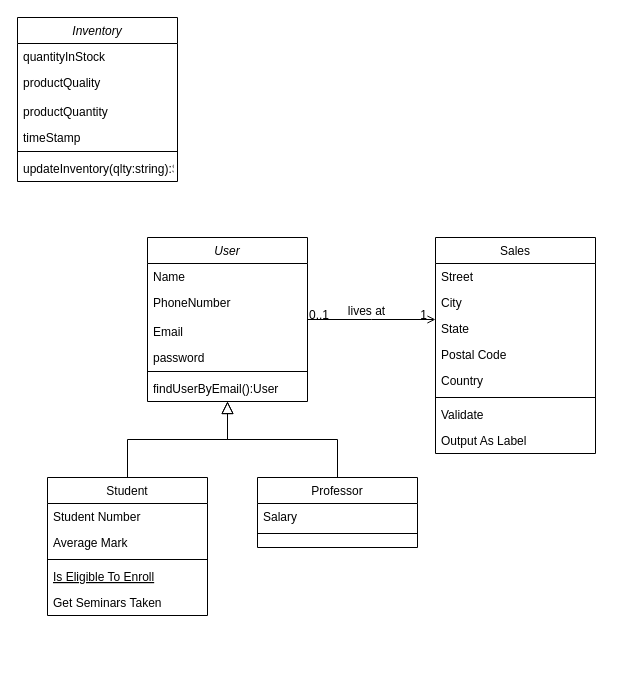
This is src/main/resources/gold_mining classDiagram.drawio from IgiranezaMichel/gold-mining-app-backend, a draw.io file, before an edit. Source tidied: cells renumbered, new cells numbered last; positions are measured from the earlier drawing's top-left corner, leaving out a move shared by most shapes. Both pictures are drawn from the tidied source at 100%, with x=0, y=0 at pixel (17, 17).
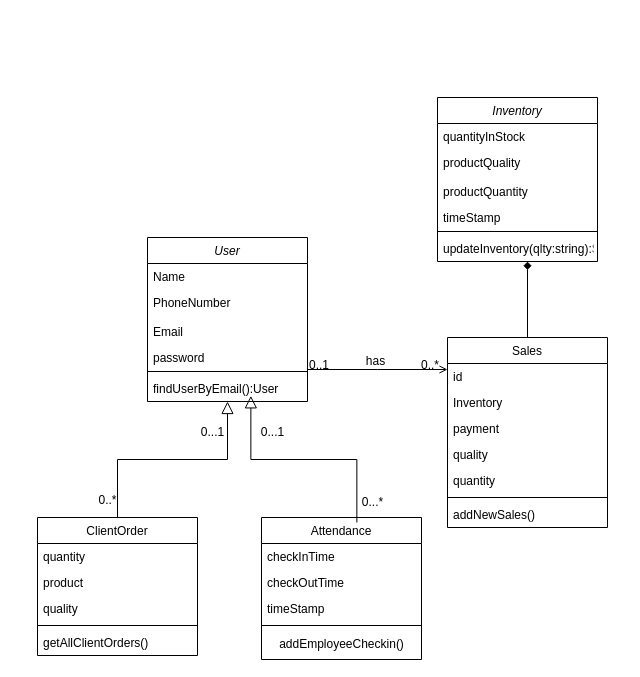
The same diagram, later.

Commit message:
complete all system class diagram

The change refers to these unchanged cells:
```xml
<mxCell id="9" value="findUserByEmail():User" style="text;align=left;verticalAlign=top;spacingLeft=4;spacingRight=4;overflow=hidden;points=[[0,0.5],[1,0.5]];portConstraint=eastwest;" parent="2" vertex="1">
  <mxGeometry y="138" width="160" height="26" as="geometry" />
</mxCell>
<mxCell id="29" style="endArrow=open;shadow=0;strokeWidth=1;rounded=0;curved=0;endFill=1;edgeStyle=elbowEdgeStyle;elbow=vertical;" parent="1" edge="1" source="2" target="20">
  <mxGeometry x="0.5" y="41" relative="1" as="geometry">
    <mxPoint x="-40" y="32" as="offset" />
  </mxGeometry>
</mxCell>
<mxCell id="41" value="updateInventory(qlty:string):String" style="text;align=left;verticalAlign=top;spacingLeft=4;spacingRight=4;overflow=hidden;points=[[0,0.5],[1,0.5]];portConstraint=eastwest;" parent="34" vertex="1">
  <mxGeometry y="138" width="160" height="26" as="geometry" />
</mxCell>
```

The edit, as a diff of the source:
```diff
@@
-    <mxCell id="10" value="Student" style="swimlane;fontStyle=0;align=center;verticalAlign=top;horizontal=1;startSize=26;rounded=0;shadow=0;strokeWidth=1;" parent="1" vertex="1">
-      <mxGeometry x="30" y="460" width="160" height="138" as="geometry" />
+    <mxCell id="10" value="ClientOrder" style="swimlane;fontStyle=0;align=center;verticalAlign=top;horizontal=1;startSize=26;rounded=0;shadow=0;strokeWidth=1;" parent="1" vertex="1">
+      <mxGeometry x="20" y="500" width="160" height="138" as="geometry" />
     </mxCell>
-    <mxCell id="11" value="Student Number" style="text;align=left;verticalAlign=top;spacingLeft=4;spacingRight=4;overflow=hidden;" parent="10" vertex="1">
+    <mxCell id="11" value="quantity" style="text;align=left;verticalAlign=top;spacingLeft=4;spacingRight=4;overflow=hidden;" parent="10" vertex="1">
       <mxGeometry y="26" width="160" height="26" as="geometry" />
     </mxCell>
+    <mxCell id="42" value="product" style="text;align=left;verticalAlign=top;spacingLeft=4;spacingRight=4;overflow=hidden;rounded=0;shadow=0;html=0;" parent="10" vertex="1">
+      <mxGeometry y="52" width="160" height="26" as="geometry" />
+    </mxCell>
-    <mxCell id="12" value="Average Mark" style="text;align=left;verticalAlign=top;spacingLeft=4;spacingRight=4;overflow=hidden;rounded=0;shadow=0;html=0;" parent="10" vertex="1">
-      <mxGeometry y="52" width="160" height="26" as="geometry" />
+    <mxCell id="12" value="quality" style="text;align=left;verticalAlign=top;spacingLeft=4;spacingRight=4;overflow=hidden;rounded=0;shadow=0;html=0;" parent="10" vertex="1">
+      <mxGeometry y="78" width="160" height="26" as="geometry" />
     </mxCell>
     <mxCell id="13" style="line;html=1;strokeWidth=1;align=left;verticalAlign=middle;spacingTop=-1;spacingLeft=3;spacingRight=3;labelPosition=right;" parent="10" vertex="1">
-      <mxGeometry y="78" width="160" height="8" as="geometry" />
+      <mxGeometry y="104" width="160" height="8" as="geometry" />
     </mxCell>
-    <mxCell id="14" value="Is Eligible To Enroll" style="text;align=left;verticalAlign=top;spacingLeft=4;spacingRight=4;overflow=hidden;fontStyle=4;" parent="10" vertex="1">
-      <mxGeometry y="86" width="160" height="26" as="geometry" />
-    </mxCell>
-    <mxCell id="15" value="Get Seminars Taken" style="text;align=left;verticalAlign=top;spacingLeft=4;spacingRight=4;overflow=hidden;" parent="10" vertex="1">
+    <mxCell id="15" value="getAllClientOrders()" style="text;align=left;verticalAlign=top;spacingLeft=4;spacingRight=4;overflow=hidden;" parent="10" vertex="1">
       <mxGeometry y="112" width="160" height="26" as="geometry" />
     </mxCell>
@@
-    <mxCell id="17" value="Professor" style="swimlane;fontStyle=0;align=center;verticalAlign=top;horizontal=1;startSize=26;rounded=0;shadow=0;strokeWidth=1;" parent="1" vertex="1">
-      <mxGeometry x="240" y="460" width="160" height="70" as="geometry" />
+    <mxCell id="17" value="Attendance" style="swimlane;fontStyle=0;align=center;verticalAlign=top;horizontal=1;startSize=26;rounded=0;shadow=0;strokeWidth=1;" parent="1" vertex="1">
+      <mxGeometry x="244" y="500" width="160" height="142" as="geometry" />
     </mxCell>
-    <mxCell id="18" value="Salary" style="text;align=left;verticalAlign=top;spacingLeft=4;spacingRight=4;overflow=hidden;" parent="17" vertex="1">
+    <mxCell id="18" value="checkInTime" style="text;align=left;verticalAlign=top;spacingLeft=4;spacingRight=4;overflow=hidden;" parent="17" vertex="1">
       <mxGeometry y="26" width="160" height="26" as="geometry" />
     </mxCell>
+    <mxCell id="43" value="checkOutTime" style="text;align=left;verticalAlign=top;spacingLeft=4;spacingRight=4;overflow=hidden;" parent="17" vertex="1">
+      <mxGeometry y="52" width="160" height="26" as="geometry" />
+    </mxCell>
+    <mxCell id="44" value="timeStamp" style="text;align=left;verticalAlign=top;spacingLeft=4;spacingRight=4;overflow=hidden;" parent="17" vertex="1">
+      <mxGeometry y="78" width="160" height="26" as="geometry" />
+    </mxCell>
     <mxCell id="19" style="line;html=1;strokeWidth=1;align=left;verticalAlign=middle;spacingTop=-1;spacingLeft=3;spacingRight=3;labelPosition=right;" parent="17" vertex="1">
-      <mxGeometry y="52" width="160" height="8" as="geometry" />
+      <mxGeometry y="104" width="160" height="8" as="geometry" />
     </mxCell>
+    <mxCell id="45" value="addEmployeeCheckin()" style="text;html=1;align=center;verticalAlign=middle;strokeColor=none;fillColor=none;" parent="17" vertex="1">
+      <mxGeometry y="112" width="160" height="30" as="geometry" />
+    </mxCell>
     <mxCell id="20" value="Sales" style="swimlane;fontStyle=0;align=center;verticalAlign=top;horizontal=1;startSize=26;rounded=0;shadow=0;strokeWidth=1;" parent="1" vertex="1">
-      <mxGeometry x="418" y="220" width="160" height="216" as="geometry" />
+      <mxGeometry x="430" y="320" width="160" height="190" as="geometry" />
     </mxCell>
-    <mxCell id="21" value="Street" style="text;align=left;verticalAlign=top;spacingLeft=4;spacingRight=4;overflow=hidden;" parent="20" vertex="1">
+    <mxCell id="21" value="id" style="text;align=left;verticalAlign=top;spacingLeft=4;spacingRight=4;overflow=hidden;" parent="20" vertex="1">
       <mxGeometry y="26" width="160" height="26" as="geometry" />
     </mxCell>
-    <mxCell id="22" value="City" style="text;align=left;verticalAlign=top;spacingLeft=4;spacingRight=4;overflow=hidden;rounded=0;shadow=0;html=0;" parent="20" vertex="1">
+    <mxCell id="22" value="Inventory" style="text;align=left;verticalAlign=top;spacingLeft=4;spacingRight=4;overflow=hidden;rounded=0;shadow=0;html=0;" parent="20" vertex="1">
       <mxGeometry y="52" width="160" height="26" as="geometry" />
     </mxCell>
-    <mxCell id="23" value="State" style="text;align=left;verticalAlign=top;spacingLeft=4;spacingRight=4;overflow=hidden;rounded=0;shadow=0;html=0;" parent="20" vertex="1">
+    <mxCell id="23" value="payment" style="text;align=left;verticalAlign=top;spacingLeft=4;spacingRight=4;overflow=hidden;rounded=0;shadow=0;html=0;" parent="20" vertex="1">
       <mxGeometry y="78" width="160" height="26" as="geometry" />
     </mxCell>
-    <mxCell id="24" value="Postal Code" style="text;align=left;verticalAlign=top;spacingLeft=4;spacingRight=4;overflow=hidden;rounded=0;shadow=0;html=0;" parent="20" vertex="1">
+    <mxCell id="24" value="quality" style="text;align=left;verticalAlign=top;spacingLeft=4;spacingRight=4;overflow=hidden;rounded=0;shadow=0;html=0;" parent="20" vertex="1">
       <mxGeometry y="104" width="160" height="26" as="geometry" />
     </mxCell>
-    <mxCell id="25" value="Country" style="text;align=left;verticalAlign=top;spacingLeft=4;spacingRight=4;overflow=hidden;rounded=0;shadow=0;html=0;" parent="20" vertex="1">
+    <mxCell id="25" value="quantity" style="text;align=left;verticalAlign=top;spacingLeft=4;spacingRight=4;overflow=hidden;rounded=0;shadow=0;html=0;" parent="20" vertex="1">
       <mxGeometry y="130" width="160" height="26" as="geometry" />
     </mxCell>
@@
-    <mxCell id="27" value="Validate" style="text;align=left;verticalAlign=top;spacingLeft=4;spacingRight=4;overflow=hidden;" parent="20" vertex="1">
+    <mxCell id="27" value="addNewSales()" style="text;align=left;verticalAlign=top;spacingLeft=4;spacingRight=4;overflow=hidden;" parent="20" vertex="1">
       <mxGeometry y="164" width="160" height="26" as="geometry" />
     </mxCell>
-    <mxCell id="28" value="Output As Label" style="text;align=left;verticalAlign=top;spacingLeft=4;spacingRight=4;overflow=hidden;" parent="20" vertex="1">
-      <mxGeometry y="190" width="160" height="26" as="geometry" />
-    </mxCell>
@@
-    <mxCell id="31" value="1" style="align=right;verticalAlign=bottom;labelBackgroundColor=none;fontSize=12;" parent="29" vertex="1">
+    <mxCell id="31" value="0..*" style="align=right;verticalAlign=bottom;labelBackgroundColor=none;fontSize=12;" parent="29" vertex="1">
       <mxGeometry x="1" relative="1" as="geometry">
         <mxPoint x="-7" y="4" as="offset" />
       </mxGeometry>
     </mxCell>
-    <mxCell id="32" value="lives at" style="text;html=1;align=center;verticalAlign=middle;labelBackgroundColor=none;rounded=0;shadow=0;strokeWidth=1;fontSize=12;" parent="29" vertex="1">
+    <mxCell id="32" value="has" style="text;html=1;align=center;verticalAlign=middle;labelBackgroundColor=none;rounded=0;shadow=0;strokeWidth=1;fontSize=12;" parent="29" vertex="1">
       <mxGeometry x="0.5" y="49" relative="1" as="geometry">
         <mxPoint x="-38" y="40" as="offset" />
       </mxGeometry>
     </mxCell>
-    <mxCell id="33" style="endArrow=block;endSize=10;endFill=0;shadow=0;strokeWidth=1;rounded=0;curved=0;edgeStyle=elbowEdgeStyle;elbow=vertical;" parent="1" edge="1" source="17" target="9">
+    <mxCell id="33" style="endArrow=block;endSize=10;endFill=0;shadow=0;strokeWidth=1;rounded=0;curved=0;edgeStyle=elbowEdgeStyle;elbow=vertical;entryX=0.646;entryY=0.782;entryDx=0;entryDy=0;entryPerimeter=0;exitX=0.596;exitY=0.035;exitDx=0;exitDy=0;exitPerimeter=0;" parent="1" edge="1" source="17" target="9">
       <mxGeometry relative="1" as="geometry" />
     </mxCell>
     <mxCell id="34" value="Inventory" style="swimlane;fontStyle=2;align=center;verticalAlign=top;horizontal=1;startSize=26;rounded=0;shadow=0;strokeWidth=1;" parent="1" vertex="1">
-      <mxGeometry width="160" height="164" as="geometry" />
+      <mxGeometry x="420" y="80" width="160" height="164" as="geometry" />
     </mxCell>
@@
+    <mxCell id="46" style="edgeStyle=orthogonalEdgeStyle;rounded=0;jettySize=auto;html=1;endArrow=diamond;endFill=1;" parent="1" edge="1" source="20" target="41">
+      <mxGeometry relative="1" as="geometry">
+        <Array as="points">
+          <mxPoint x="500" y="220" />
+          <mxPoint x="500" y="220" />
+        </Array>
+      </mxGeometry>
+    </mxCell>
+    <mxCell id="47" value="0..*" style="text;html=1;align=center;verticalAlign=middle;strokeColor=none;fillColor=none;" parent="1" vertex="1">
+      <mxGeometry x="70" y="468" width="40" height="30" as="geometry" />
+    </mxCell>
+    <mxCell id="48" value="0...1" style="text;html=1;align=center;verticalAlign=middle;strokeColor=none;fillColor=none;" parent="1" vertex="1">
+      <mxGeometry x="170" y="400" width="50" height="30" as="geometry" />
+    </mxCell>
+    <mxCell id="49" value="0...1" style="text;html=1;align=center;verticalAlign=middle;strokeColor=none;fillColor=none;" parent="1" vertex="1">
+      <mxGeometry x="230" y="400" width="50" height="30" as="geometry" />
+    </mxCell>
+    <mxCell id="50" value="0...*" style="text;html=1;align=center;verticalAlign=middle;strokeColor=none;fillColor=none;" parent="1" vertex="1">
+      <mxGeometry x="335" y="470" width="40" height="30" as="geometry" />
+    </mxCell>
```
